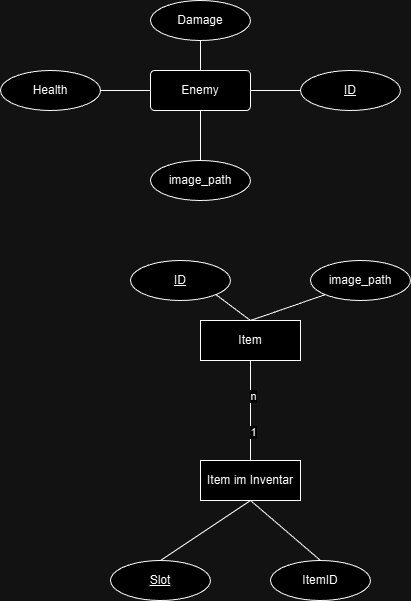
The draw.io diagram modelle_datenbanken/ER-modell.png in pj4x/informatik_spiel, before a commit. Source tidied: cells renumbered, new cells last; positions are measured from the earlier drawing's top-left corner, leaving out a move shared by most shapes. Source of this version:
```xml
<mxGraphModel>
  <root>
    <mxCell id="0" />
    <mxCell id="1" parent="0" />
    <mxCell id="2" value="Enemy" style="rounded=1;arcSize=10;whiteSpace=wrap;html=1;align=center;" parent="1" vertex="1">
      <mxGeometry x="150" y="70" width="100" height="40" as="geometry" />
    </mxCell>
    <mxCell id="3" value="Damage" style="ellipse;whiteSpace=wrap;html=1;align=center;" parent="1" vertex="1">
      <mxGeometry x="150" width="100" height="40" as="geometry" />
    </mxCell>
    <mxCell id="4" value="Health" style="ellipse;whiteSpace=wrap;html=1;align=center;" parent="1" vertex="1">
      <mxGeometry y="70" width="100" height="40" as="geometry" />
    </mxCell>
    <mxCell id="5" value="image_path" style="ellipse;whiteSpace=wrap;html=1;align=center;" parent="1" vertex="1">
      <mxGeometry x="150" y="160" width="100" height="40" as="geometry" />
    </mxCell>
    <mxCell id="6" value="ID" style="ellipse;whiteSpace=wrap;html=1;align=center;fontStyle=4;" parent="1" vertex="1">
      <mxGeometry x="300" y="70" width="100" height="40" as="geometry" />
    </mxCell>
    <mxCell id="7" style="endArrow=none;html=1;rounded=0;exitX=0.5;exitY=0;exitDx=0;exitDy=0;entryX=0.5;entryY=1;entryDx=0;entryDy=0;" parent="1" edge="1" source="5" target="2">
      <mxGeometry relative="1" as="geometry" />
    </mxCell>
    <mxCell id="8" style="endArrow=none;html=1;rounded=0;exitX=0;exitY=0.5;exitDx=0;exitDy=0;entryX=1;entryY=0.5;entryDx=0;entryDy=0;" parent="1" edge="1" source="6" target="2">
      <mxGeometry relative="1" as="geometry" />
    </mxCell>
    <mxCell id="9" style="endArrow=none;html=1;rounded=0;exitX=0.5;exitY=1;exitDx=0;exitDy=0;" parent="1" edge="1" source="3">
      <mxGeometry relative="1" as="geometry">
        <mxPoint x="200" y="70" as="targetPoint" />
      </mxGeometry>
    </mxCell>
    <mxCell id="10" style="endArrow=none;html=1;rounded=0;exitX=1;exitY=0.5;exitDx=0;exitDy=0;entryX=0;entryY=0.5;entryDx=0;entryDy=0;" parent="1" edge="1" source="4" target="2">
      <mxGeometry relative="1" as="geometry" />
    </mxCell>
    <mxCell id="11" value="Item im Inventar" style="whiteSpace=wrap;html=1;align=center;" parent="1" vertex="1">
      <mxGeometry x="200" y="460" width="100" height="40" as="geometry" />
    </mxCell>
    <mxCell id="12" value="Item" style="whiteSpace=wrap;html=1;align=center;" parent="1" vertex="1">
      <mxGeometry x="200" y="320" width="100" height="40" as="geometry" />
    </mxCell>
    <mxCell id="13" style="endArrow=none;html=1;rounded=0;exitX=0.5;exitY=0;exitDx=0;exitDy=0;entryX=0.5;entryY=1;entryDx=0;entryDy=0;" parent="1" edge="1" source="11" target="12">
      <mxGeometry relative="1" as="geometry" />
    </mxCell>
    <mxCell id="14" value="1" style="edgeLabel;html=1;align=center;verticalAlign=middle;" parent="13" vertex="1">
      <mxGeometry x="-0.42" y="-2" relative="1" as="geometry" />
    </mxCell>
    <mxCell id="15" value="n" style="edgeLabel;html=1;align=center;verticalAlign=middle;" parent="13" vertex="1">
      <mxGeometry x="0.3" y="-2" relative="1" as="geometry" />
    </mxCell>
    <mxCell id="16" value="ID" style="ellipse;whiteSpace=wrap;html=1;align=center;fontStyle=4;" parent="1" vertex="1">
      <mxGeometry x="130" y="260" width="100" height="40" as="geometry" />
    </mxCell>
    <mxCell id="17" value="image_path" style="ellipse;whiteSpace=wrap;html=1;align=center;" parent="1" vertex="1">
      <mxGeometry x="310" y="260" width="100" height="40" as="geometry" />
    </mxCell>
    <mxCell id="18" value="Slot" style="ellipse;whiteSpace=wrap;html=1;align=center;fontStyle=4;" parent="1" vertex="1">
      <mxGeometry x="110" y="560" width="100" height="40" as="geometry" />
    </mxCell>
    <mxCell id="19" value="ItemID" style="ellipse;whiteSpace=wrap;html=1;align=center;" parent="1" vertex="1">
      <mxGeometry x="270" y="560" width="100" height="40" as="geometry" />
    </mxCell>
    <mxCell id="20" style="endArrow=none;html=1;rounded=0;exitX=0.5;exitY=1;exitDx=0;exitDy=0;entryX=0.5;entryY=0;entryDx=0;entryDy=0;" parent="1" edge="1" source="11" target="18">
      <mxGeometry relative="1" as="geometry" />
    </mxCell>
    <mxCell id="21" style="endArrow=none;html=1;rounded=0;entryX=0.5;entryY=0;entryDx=0;entryDy=0;" parent="1" edge="1" target="19">
      <mxGeometry relative="1" as="geometry">
        <mxPoint x="250" y="500" as="sourcePoint" />
      </mxGeometry>
    </mxCell>
    <mxCell id="22" style="endArrow=none;html=1;rounded=0;exitX=0.5;exitY=0;exitDx=0;exitDy=0;entryX=1;entryY=1;entryDx=0;entryDy=0;" parent="1" edge="1" source="12" target="16">
      <mxGeometry relative="1" as="geometry" />
    </mxCell>
    <mxCell id="23" style="endArrow=none;html=1;rounded=0;exitX=0.5;exitY=0;exitDx=0;exitDy=0;entryX=0;entryY=1;entryDx=0;entryDy=0;" parent="1" edge="1" source="12" target="17">
      <mxGeometry relative="1" as="geometry" />
    </mxCell>
  </root>
</mxGraphModel>
```
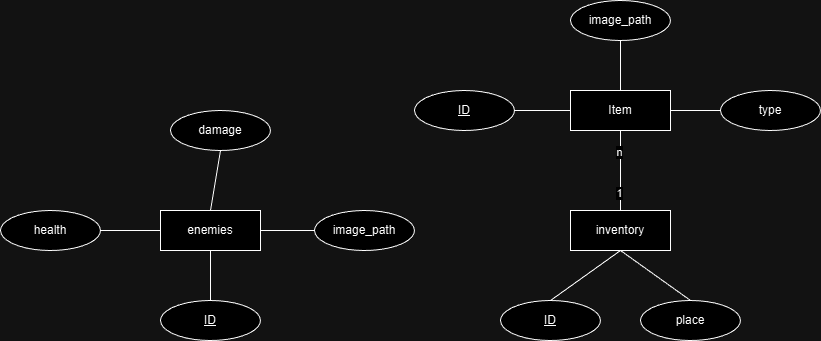
Above is the later version.

Diff of the diagram source:
```diff
@@ -2,74 +2,76 @@
   <root>
     <mxCell id="0" />
     <mxCell id="1" parent="0" />
-    <mxCell id="2" value="Enemy" style="rounded=1;arcSize=10;whiteSpace=wrap;html=1;align=center;" parent="1" vertex="1">
-      <mxGeometry x="150" y="70" width="100" height="40" as="geometry" />
-    </mxCell>
-    <mxCell id="3" value="Damage" style="ellipse;whiteSpace=wrap;html=1;align=center;" parent="1" vertex="1">
-      <mxGeometry x="150" width="100" height="40" as="geometry" />
+    <mxCell id="3" value="enemies" style="whiteSpace=wrap;html=1;align=center;" parent="1" vertex="1">
+      <mxGeometry x="110" y="100" width="100" height="40" as="geometry" />
     </mxCell>
-    <mxCell id="4" value="Health" style="ellipse;whiteSpace=wrap;html=1;align=center;" parent="1" vertex="1">
-      <mxGeometry y="70" width="100" height="40" as="geometry" />
+    <mxCell id="4" value="inventory" style="whiteSpace=wrap;html=1;align=center;" parent="1" vertex="1">
+      <mxGeometry x="520" y="100" width="100" height="40" as="geometry" />
     </mxCell>
-    <mxCell id="5" value="image_path" style="ellipse;whiteSpace=wrap;html=1;align=center;" parent="1" vertex="1">
-      <mxGeometry x="150" y="160" width="100" height="40" as="geometry" />
+    <mxCell id="5" value="health" style="ellipse;whiteSpace=wrap;html=1;align=center;" parent="1" vertex="1">
+      <mxGeometry x="-50" y="100" width="100" height="40" as="geometry" />
     </mxCell>
-    <mxCell id="6" value="ID" style="ellipse;whiteSpace=wrap;html=1;align=center;fontStyle=4;" parent="1" vertex="1">
-      <mxGeometry x="300" y="70" width="100" height="40" as="geometry" />
+    <mxCell id="6" value="damage" style="ellipse;whiteSpace=wrap;html=1;align=center;" parent="1" vertex="1">
+      <mxGeometry x="120" width="100" height="40" as="geometry" />
     </mxCell>
-    <mxCell id="7" style="endArrow=none;html=1;rounded=0;exitX=0.5;exitY=0;exitDx=0;exitDy=0;entryX=0.5;entryY=1;entryDx=0;entryDy=0;" parent="1" edge="1" source="5" target="2">
-      <mxGeometry relative="1" as="geometry" />
+    <mxCell id="7" value="image_path" style="ellipse;whiteSpace=wrap;html=1;align=center;" parent="1" vertex="1">
+      <mxGeometry x="264" y="100" width="100" height="40" as="geometry" />
     </mxCell>
-    <mxCell id="8" style="endArrow=none;html=1;rounded=0;exitX=0;exitY=0.5;exitDx=0;exitDy=0;entryX=1;entryY=0.5;entryDx=0;entryDy=0;" parent="1" edge="1" source="6" target="2">
-      <mxGeometry relative="1" as="geometry" />
+    <mxCell id="8" value="ID" style="ellipse;whiteSpace=wrap;html=1;align=center;fontStyle=4;" parent="1" vertex="1">
+      <mxGeometry x="110" y="190" width="100" height="40" as="geometry" />
     </mxCell>
-    <mxCell id="9" style="endArrow=none;html=1;rounded=0;exitX=0.5;exitY=1;exitDx=0;exitDy=0;" parent="1" edge="1" source="3">
-      <mxGeometry relative="1" as="geometry">
-        <mxPoint x="200" y="70" as="targetPoint" />
-      </mxGeometry>
+    <mxCell id="9" value="ID" style="ellipse;whiteSpace=wrap;html=1;align=center;fontStyle=4;" parent="1" vertex="1">
+      <mxGeometry x="450" y="190" width="100" height="40" as="geometry" />
     </mxCell>
-    <mxCell id="10" style="endArrow=none;html=1;rounded=0;exitX=1;exitY=0.5;exitDx=0;exitDy=0;entryX=0;entryY=0.5;entryDx=0;entryDy=0;" parent="1" edge="1" source="4" target="2">
-      <mxGeometry relative="1" as="geometry" />
+    <mxCell id="10" value="place" style="ellipse;whiteSpace=wrap;html=1;align=center;" parent="1" vertex="1">
+      <mxGeometry x="590" y="190" width="100" height="40" as="geometry" />
     </mxCell>
-    <mxCell id="11" value="Item im Inventar" style="whiteSpace=wrap;html=1;align=center;" parent="1" vertex="1">
-      <mxGeometry x="200" y="460" width="100" height="40" as="geometry" />
+    <mxCell id="11" value="Item" style="whiteSpace=wrap;html=1;align=center;" parent="1" vertex="1">
+      <mxGeometry x="520" y="-20" width="100" height="40" as="geometry" />
     </mxCell>
+    <mxCell id="24" value="image_path" style="ellipse;whiteSpace=wrap;html=1;align=center;" parent="1" vertex="1">
+      <mxGeometry x="520" y="-110" width="100" height="40" as="geometry" />
+    </mxCell>
+    <mxCell id="25" value="ID" style="ellipse;whiteSpace=wrap;html=1;align=center;fontStyle=4;" parent="1" vertex="1">
+      <mxGeometry x="364" y="-20" width="100" height="40" as="geometry" />
+    </mxCell>
-    <mxCell id="12" value="Item" style="whiteSpace=wrap;html=1;align=center;" parent="1" vertex="1">
-      <mxGeometry x="200" y="320" width="100" height="40" as="geometry" />
+    <mxCell id="12" value="type" style="ellipse;whiteSpace=wrap;html=1;align=center;" parent="1" vertex="1">
+      <mxGeometry x="670" y="-20" width="100" height="40" as="geometry" />
     </mxCell>
-    <mxCell id="13" style="endArrow=none;html=1;rounded=0;exitX=0.5;exitY=0;exitDx=0;exitDy=0;entryX=0.5;entryY=1;entryDx=0;entryDy=0;" parent="1" edge="1" source="11" target="12">
+    <mxCell id="13" style="endArrow=none;html=1;rounded=0;exitX=1;exitY=0.5;exitDx=0;exitDy=0;entryX=0;entryY=0.5;entryDx=0;entryDy=0;" parent="1" edge="1" source="3" target="7">
       <mxGeometry relative="1" as="geometry" />
     </mxCell>
-    <mxCell id="14" value="1" style="edgeLabel;html=1;align=center;verticalAlign=middle;" parent="13" vertex="1">
-      <mxGeometry x="-0.42" y="-2" relative="1" as="geometry" />
+    <mxCell id="14" style="endArrow=none;html=1;rounded=0;exitX=0.5;exitY=0;exitDx=0;exitDy=0;entryX=0.5;entryY=1;entryDx=0;entryDy=0;" parent="1" edge="1" source="3" target="6">
+      <mxGeometry relative="1" as="geometry" />
     </mxCell>
-    <mxCell id="15" value="n" style="edgeLabel;html=1;align=center;verticalAlign=middle;" parent="13" vertex="1">
-      <mxGeometry x="0.3" y="-2" relative="1" as="geometry" />
-    </mxCell>
-    <mxCell id="16" value="ID" style="ellipse;whiteSpace=wrap;html=1;align=center;fontStyle=4;" parent="1" vertex="1">
-      <mxGeometry x="130" y="260" width="100" height="40" as="geometry" />
+    <mxCell id="16" style="endArrow=none;html=1;rounded=0;exitX=1;exitY=0.5;exitDx=0;exitDy=0;entryX=0;entryY=0.5;entryDx=0;entryDy=0;" parent="1" edge="1" source="5" target="3">
+      <mxGeometry relative="1" as="geometry" />
     </mxCell>
-    <mxCell id="17" value="image_path" style="ellipse;whiteSpace=wrap;html=1;align=center;" parent="1" vertex="1">
-      <mxGeometry x="310" y="260" width="100" height="40" as="geometry" />
+    <mxCell id="17" style="endArrow=none;html=1;rounded=0;exitX=0.5;exitY=0;exitDx=0;exitDy=0;entryX=0.5;entryY=1;entryDx=0;entryDy=0;" parent="1" edge="1" source="10" target="4">
+      <mxGeometry relative="1" as="geometry" />
     </mxCell>
-    <mxCell id="18" value="Slot" style="ellipse;whiteSpace=wrap;html=1;align=center;fontStyle=4;" parent="1" vertex="1">
-      <mxGeometry x="110" y="560" width="100" height="40" as="geometry" />
+    <mxCell id="18" style="endArrow=none;html=1;rounded=0;entryX=0.5;entryY=0;entryDx=0;entryDy=0;exitX=0.5;exitY=1;exitDx=0;exitDy=0;" parent="1" edge="1" source="4" target="9">
+      <mxGeometry relative="1" as="geometry" />
     </mxCell>
-    <mxCell id="19" value="ItemID" style="ellipse;whiteSpace=wrap;html=1;align=center;" parent="1" vertex="1">
-      <mxGeometry x="270" y="560" width="100" height="40" as="geometry" />
+    <mxCell id="19" style="endArrow=none;html=1;rounded=0;exitX=0.5;exitY=0;exitDx=0;exitDy=0;entryX=0.5;entryY=1;entryDx=0;entryDy=0;" parent="1" edge="1" source="8" target="3">
+      <mxGeometry relative="1" as="geometry" />
     </mxCell>
-    <mxCell id="20" style="endArrow=none;html=1;rounded=0;exitX=0.5;exitY=1;exitDx=0;exitDy=0;entryX=0.5;entryY=0;entryDx=0;entryDy=0;" parent="1" edge="1" source="11" target="18">
+    <mxCell id="20" style="endArrow=none;html=1;rounded=0;entryX=1;entryY=0.5;entryDx=0;entryDy=0;exitX=0;exitY=0.5;exitDx=0;exitDy=0;" parent="1" edge="1" source="11" target="25">
       <mxGeometry relative="1" as="geometry" />
     </mxCell>
-    <mxCell id="21" style="endArrow=none;html=1;rounded=0;entryX=0.5;entryY=0;entryDx=0;entryDy=0;" parent="1" edge="1" target="19">
-      <mxGeometry relative="1" as="geometry">
-        <mxPoint x="250" y="500" as="sourcePoint" />
-      </mxGeometry>
+    <mxCell id="21" style="endArrow=none;html=1;rounded=0;exitX=0.5;exitY=0;exitDx=0;exitDy=0;entryX=0.5;entryY=1;entryDx=0;entryDy=0;" parent="1" edge="1" source="4" target="11">
+      <mxGeometry relative="1" as="geometry" />
     </mxCell>
+    <mxCell id="15" value="n" style="edgeLabel;html=1;align=center;verticalAlign=middle;" parent="21" vertex="1">
+      <mxGeometry x="0.48" y="2" relative="1" as="geometry" />
+    </mxCell>
+    <mxCell id="26" value="1" style="edgeLabel;html=1;align=center;verticalAlign=middle;" parent="21" vertex="1">
+      <mxGeometry x="-0.55" y="2" relative="1" as="geometry" />
+    </mxCell>
-    <mxCell id="22" style="endArrow=none;html=1;rounded=0;exitX=0.5;exitY=0;exitDx=0;exitDy=0;entryX=1;entryY=1;entryDx=0;entryDy=0;" parent="1" edge="1" source="12" target="16">
+    <mxCell id="22" style="endArrow=none;html=1;rounded=0;entryX=0;entryY=0.5;entryDx=0;entryDy=0;exitX=1;exitY=0.5;exitDx=0;exitDy=0;" parent="1" edge="1" source="11" target="12">
       <mxGeometry relative="1" as="geometry" />
     </mxCell>
-    <mxCell id="23" style="endArrow=none;html=1;rounded=0;exitX=0.5;exitY=0;exitDx=0;exitDy=0;entryX=0;entryY=1;entryDx=0;entryDy=0;" parent="1" edge="1" source="12" target="17">
+    <mxCell id="23" style="endArrow=none;html=1;rounded=0;exitX=0.5;exitY=1;exitDx=0;exitDy=0;entryX=0.5;entryY=0;entryDx=0;entryDy=0;" parent="1" edge="1" source="24" target="11">
       <mxGeometry relative="1" as="geometry" />
     </mxCell>
   </root>
```
